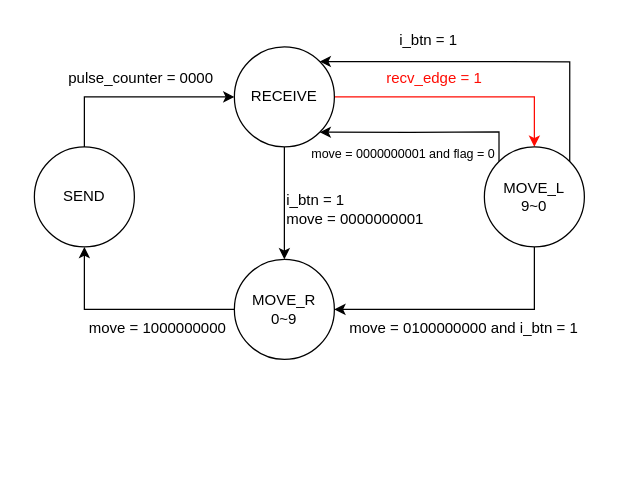
Before: page "FSM" (2 of 4) of 第九題.drawio in wsy0331/SOC_Lab_Exercises, a draw.io diagram. Source tidied: cells renumbered, new cells numbered last; positions are measured from the earlier drawing's top-left corner, leaving out a move shared by most shapes. Both pictures are drawn from the tidied source at 125%, with x=0, y=0 at pixel (34, 21).
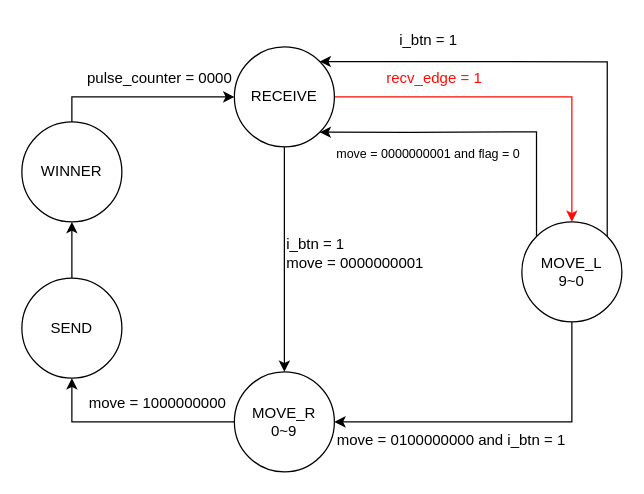
The same diagram, later.

Unchanged cells that the change refers to:
```xml
<mxCell id="6" value="RECEIVE" style="ellipse;whiteSpace=wrap;html=1;" parent="1" vertex="1">
  <mxGeometry x="160" y="20" width="80" height="80" as="geometry" />
</mxCell>
```

What changed in the source:
```diff
@@
-    <mxCell id="7" style="edgeStyle=orthogonalEdgeStyle;rounded=0;jettySize=auto;html=1;exitX=0.5;exitY=0;exitDx=0;exitDy=0;entryX=0;entryY=0.5;entryDx=0;entryDy=0;" parent="1" edge="1" source="8" target="6">
-      <mxGeometry relative="1" as="geometry" />
-    </mxCell>
+    <mxCell id="20" style="edgeStyle=orthogonalEdgeStyle;rounded=0;jettySize=auto;html=1;exitX=0.5;exitY=0;exitDx=0;exitDy=0;entryX=0.5;entryY=1;entryDx=0;entryDy=0;" parent="1" edge="1" source="8" target="22">
+      <mxGeometry relative="1" as="geometry" />
+    </mxCell>
     <mxCell id="8" value="SEND" style="ellipse;whiteSpace=wrap;html=1;" parent="1" vertex="1">
-      <mxGeometry y="100" width="80" height="80" as="geometry" />
+      <mxGeometry x="-10" y="205" width="80" height="80" as="geometry" />
     </mxCell>
@@
     <mxCell id="10" value="MOVE_R&lt;div&gt;0~9&lt;/div&gt;" style="ellipse;whiteSpace=wrap;html=1;" parent="1" vertex="1">
-      <mxGeometry x="160" y="190" width="80" height="80" as="geometry" />
+      <mxGeometry x="160" y="280" width="80" height="80" as="geometry" />
     </mxCell>
@@
     <mxCell id="12" value="MOVE_L&lt;div&gt;9~0&lt;/div&gt;" style="ellipse;whiteSpace=wrap;html=1;" parent="1" vertex="1">
-      <mxGeometry x="360" y="100" width="80" height="80" as="geometry" />
+      <mxGeometry x="390" y="160" width="80" height="80" as="geometry" />
     </mxCell>
     <mxCell id="13" value="move = 1000000000&amp;nbsp;" style="text;html=1;align=center;verticalAlign=middle;strokeColor=none;fillColor=none;" parent="1" vertex="1">
-      <mxGeometry x="30" y="230" width="140" height="30" as="geometry" />
+      <mxGeometry x="30" y="290" width="140" height="30" as="geometry" />
     </mxCell>
     <mxCell id="14" value="move = 0100000000 and i_btn = 1&amp;nbsp;" style="text;html=1;align=center;verticalAlign=middle;strokeColor=none;fillColor=none;" parent="1" vertex="1">
-      <mxGeometry x="240" y="230" width="210" height="30" as="geometry" />
+      <mxGeometry x="230" y="320" width="210" height="30" as="geometry" />
     </mxCell>
     <mxCell id="15" value="i_btn = 1&lt;br&gt;&lt;div style=&quot;&quot;&gt;&lt;span style=&quot;background-color: transparent; color: light-dark(rgb(0, 0, 0), rgb(255, 255, 255));&quot;&gt;move = 0000000001&lt;/span&gt;&lt;span style=&quot;background-color: transparent; color: light-dark(rgb(0, 0, 0), rgb(255, 255, 255));&quot;&gt;&amp;nbsp;&lt;/span&gt;&amp;nbsp;&lt;/div&gt;" style="text;html=1;align=left;verticalAlign=middle;strokeColor=none;fillColor=none;" parent="1" vertex="1">
-      <mxGeometry x="200" y="130" width="140" height="40" as="geometry" />
+      <mxGeometry x="200" y="165" width="140" height="40" as="geometry" />
     </mxCell>
@@
     <mxCell id="17" value="&lt;div&gt;&lt;span style=&quot;background-color: transparent;&quot;&gt;move = 0000000001 and flag = 0&lt;/span&gt;&lt;span style=&quot;background-color: transparent;&quot;&gt;&amp;nbsp;&lt;/span&gt;&amp;nbsp;&lt;/div&gt;" style="text;html=1;align=left;verticalAlign=middle;fontColor=light-dark(#000000,#EDEDED);fontSize=10;" parent="1" vertex="1">
-      <mxGeometry x="220" y="90" width="180" height="30" as="geometry" />
+      <mxGeometry x="240" y="90" width="180" height="30" as="geometry" />
     </mxCell>
@@
     <mxCell id="19" value="pulse_counter = 0000" style="text;html=1;align=center;verticalAlign=middle;strokeColor=none;fillColor=none;" parent="1" vertex="1">
-      <mxGeometry x="15" y="30" width="140" height="30" as="geometry" />
+      <mxGeometry x="30" y="30" width="140" height="30" as="geometry" />
     </mxCell>
+    <mxCell id="21" style="edgeStyle=orthogonalEdgeStyle;rounded=0;jettySize=auto;html=1;exitX=0.5;exitY=0;exitDx=0;exitDy=0;entryX=0;entryY=0.5;entryDx=0;entryDy=0;" parent="1" edge="1" source="22" target="6">
+      <mxGeometry relative="1" as="geometry" />
+    </mxCell>
+    <mxCell id="22" value="WINNER" style="ellipse;whiteSpace=wrap;html=1;" parent="1" vertex="1">
+      <mxGeometry x="-10" y="80" width="80" height="80" as="geometry" />
+    </mxCell>
```
